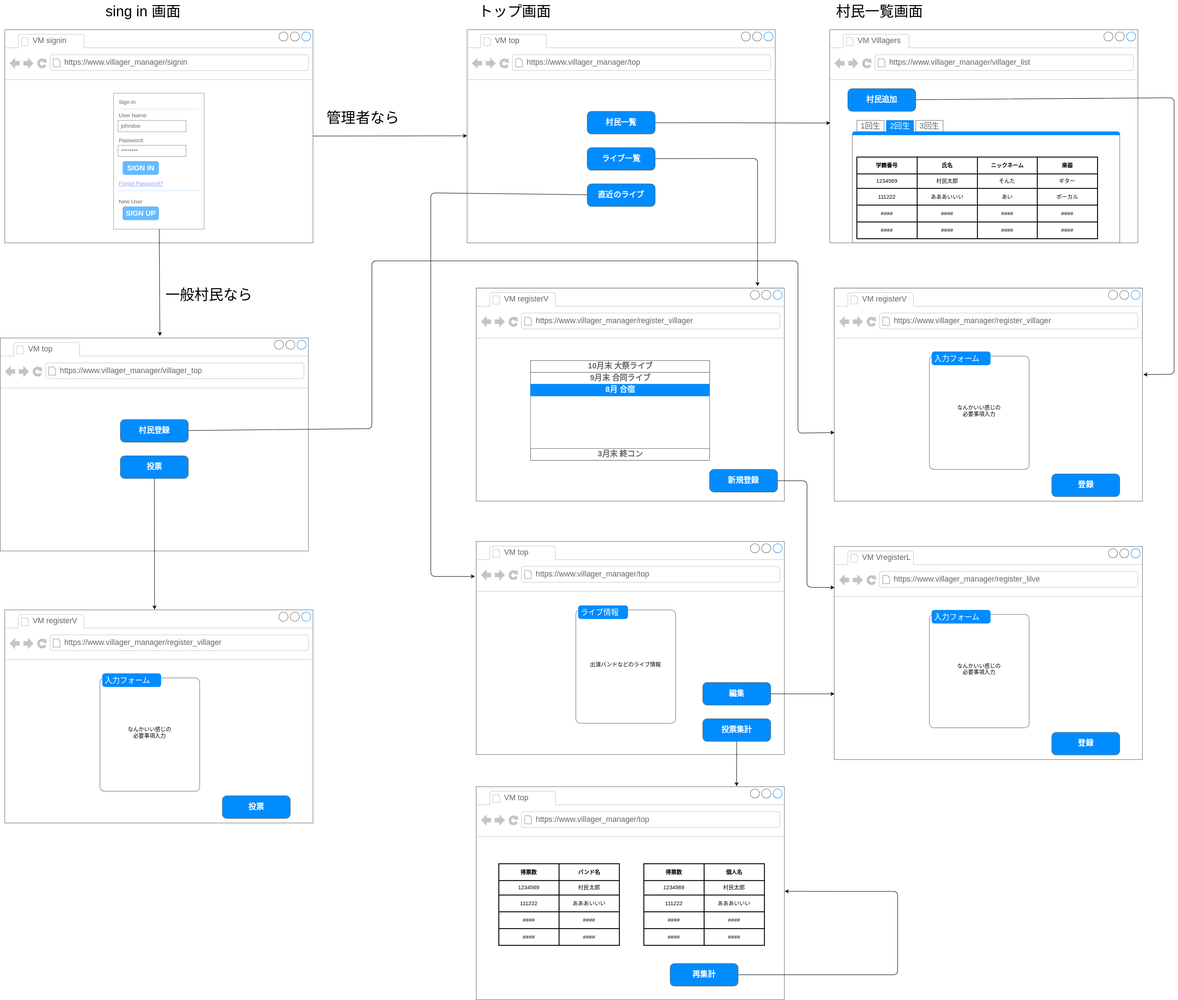
Above: diagrams/wireframe.svg in Shiiya0418/Villagers-Manager (draw.io), before the change. Source tidied: cells renumbered, new cells last; positions are measured from the earlier drawing's top-left corner, leaving out a move shared by most shapes.
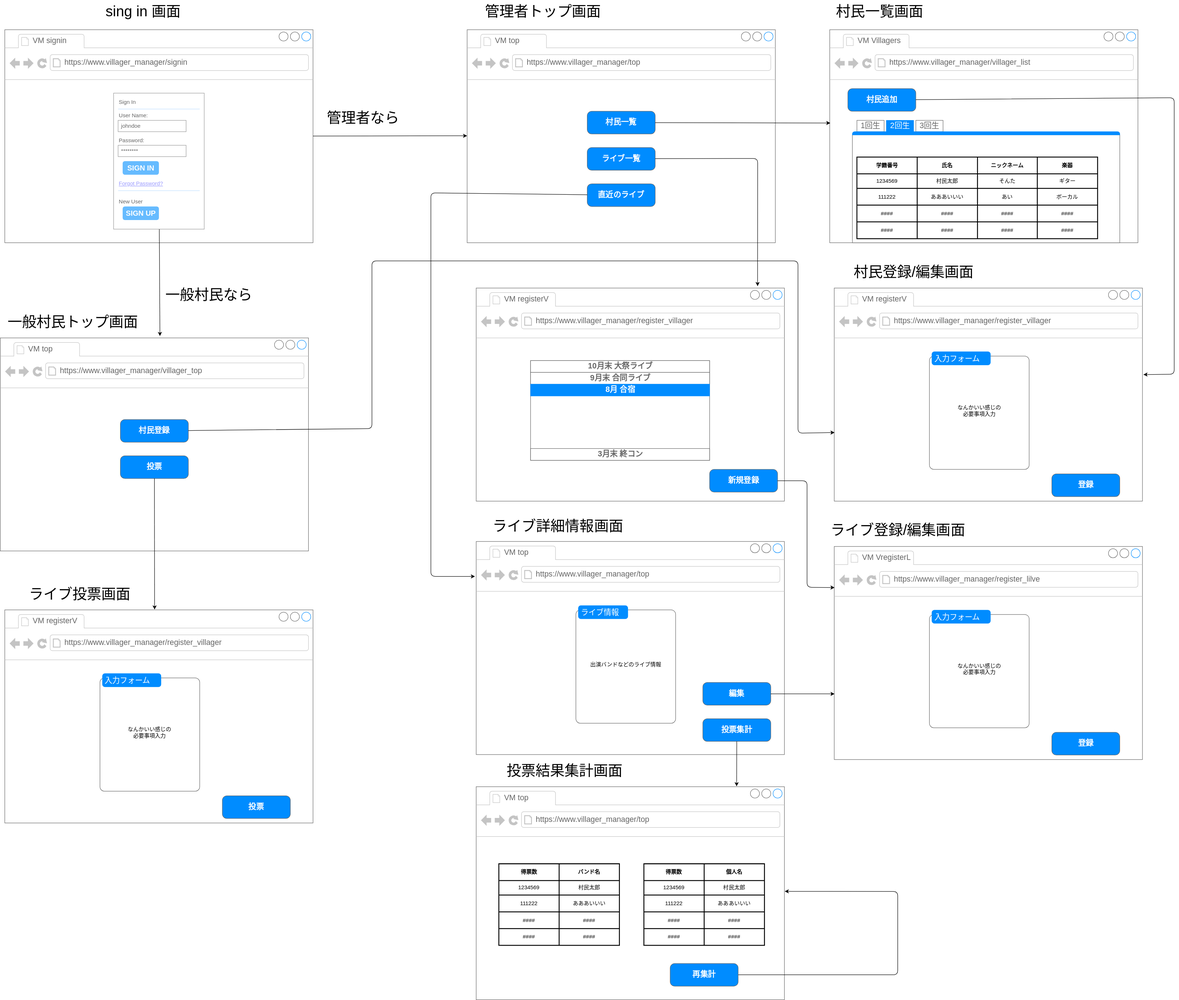
The same diagram one commit later.

What changed in the source:
```diff
@@ -423,8 +423,8 @@
     <mxCell id="126" value="sing in 画面" style="text;html=1;align=center;verticalAlign=middle;strokeColor=none;fillColor=none;fontSize=32;" parent="1" vertex="1">
       <mxGeometry x="220" width="190" height="50" as="geometry" />
     </mxCell>
-    <mxCell id="127" value="トップ画面" style="text;html=1;align=center;verticalAlign=middle;strokeColor=none;fillColor=none;fontSize=32;" parent="1" vertex="1">
-      <mxGeometry x="1045" width="180" height="50" as="geometry" />
+    <mxCell id="127" value="管理者トップ画面" style="text;html=1;align=center;verticalAlign=middle;strokeColor=none;fillColor=none;fontSize=32;" parent="1" vertex="1">
+      <mxGeometry x="1057" width="280" height="50" as="geometry" />
     </mxCell>
     <mxCell id="128" style="edgeStyle=none;html=1;entryX=0.002;entryY=0.438;entryDx=0;entryDy=0;entryPerimeter=0;fontSize=32;" parent="1" edge="1" source="20" target="24">
       <mxGeometry relative="1" as="geometry" />
@@ -514,5 +514,23 @@
     <mxCell id="149" style="edgeStyle=none;html=1;entryX=0.486;entryY=-0.002;entryDx=0;entryDy=0;entryPerimeter=0;fontSize=32;" parent="1" edge="1" source="139" target="143">
       <mxGeometry relative="1" as="geometry" />
     </mxCell>
+    <mxCell id="150" value="村民登録/編集画面" style="text;html=1;align=center;verticalAlign=middle;strokeColor=none;fillColor=none;fontSize=32;" parent="1" vertex="1">
+      <mxGeometry x="1870" y="575" width="290" height="50" as="geometry" />
+    </mxCell>
+    <mxCell id="151" value="ライブ登録/編集画面" style="text;html=1;align=center;verticalAlign=middle;strokeColor=none;fillColor=none;fontSize=32;" parent="1" vertex="1">
+      <mxGeometry x="1820" y="1144" width="320" height="50" as="geometry" />
+    </mxCell>
+    <mxCell id="152" value="ライブ詳細情報画面" style="text;html=1;align=center;verticalAlign=middle;strokeColor=none;fillColor=none;fontSize=32;" parent="1" vertex="1">
+      <mxGeometry x="1075" y="1135" width="310" height="50" as="geometry" />
+    </mxCell>
+    <mxCell id="153" value="投票結果集計画面" style="text;html=1;align=center;verticalAlign=middle;strokeColor=none;fillColor=none;fontSize=32;" parent="1" vertex="1">
+      <mxGeometry x="1105" y="1675" width="280" height="50" as="geometry" />
+    </mxCell>
+    <mxCell id="154" value="一般村民トップ画面" style="text;html=1;align=center;verticalAlign=middle;strokeColor=none;fillColor=none;fontSize=32;" parent="1" vertex="1">
+      <mxGeometry x="5" y="685" width="310" height="50" as="geometry" />
+    </mxCell>
+    <mxCell id="155" value="ライブ投票画面" style="text;html=1;align=center;verticalAlign=middle;strokeColor=none;fillColor=none;fontSize=32;" parent="1" vertex="1">
+      <mxGeometry x="50" y="1285" width="250" height="50" as="geometry" />
+    </mxCell>
   </root>
 </mxGraphModel>
```
